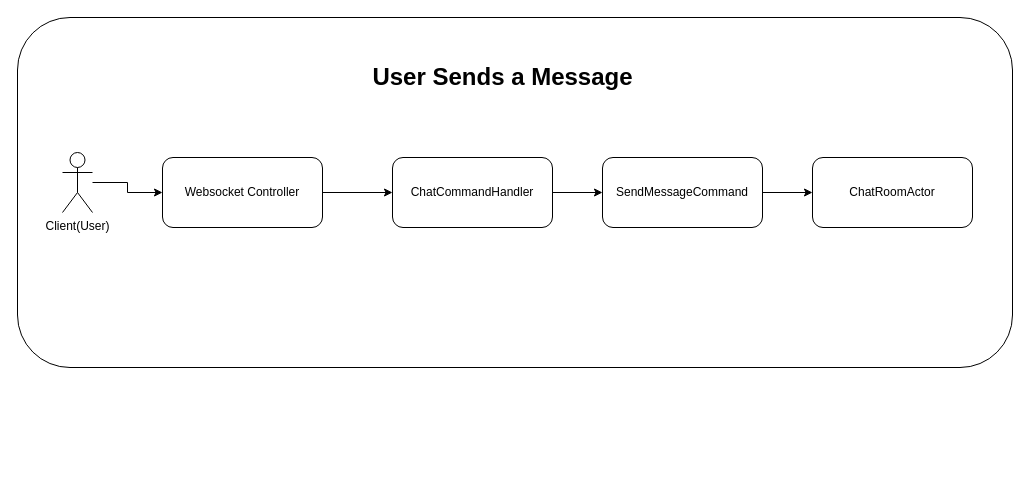
Before: api/Event Flow.drawio in ReidoBoss/Scala-React-Chat-App, a draw.io diagram. Source tidied: cells renumbered, new cells numbered last; positions are measured from the earlier drawing's top-left corner, leaving out a move shared by most shapes. Both pictures are drawn from the tidied source at 100%, with x=0, y=0 at pixel (17, 17).
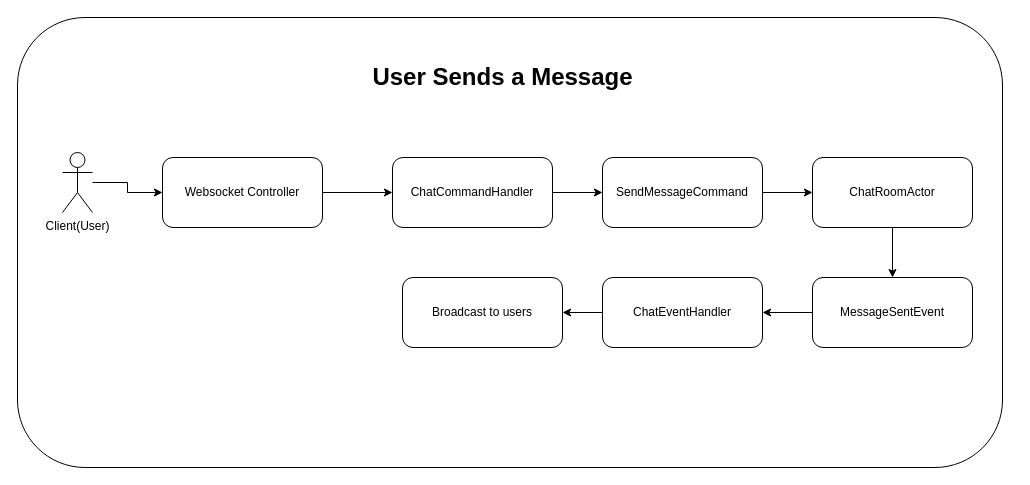
Above is the later version.

The edit, as a diff of the source:
```diff
@@
 <mxGraphModel>
   <root>
     <mxCell id="0" />
     <mxCell id="1" parent="0" />
     <mxCell id="2" style="rounded=1;whiteSpace=wrap;html=1;" parent="1" vertex="1">
-      <mxGeometry width="995" height="350" as="geometry" />
+      <mxGeometry width="985" height="450" as="geometry" />
     </mxCell>
     <mxCell id="3" style="edgeStyle=orthogonalEdgeStyle;rounded=0;jettySize=auto;html=1;" parent="1" edge="1" source="4" target="6">
       <mxGeometry relative="1" as="geometry" />
     </mxCell>
     <mxCell id="4" value="Client(User)" style="shape=umlActor;verticalLabelPosition=bottom;verticalAlign=top;html=1;outlineConnect=0;" parent="1" vertex="1">
       <mxGeometry x="45" y="135" width="30" height="60" as="geometry" />
     </mxCell>
     <mxCell id="5" style="edgeStyle=orthogonalEdgeStyle;rounded=0;jettySize=auto;html=1;entryX=0;entryY=0.5;entryDx=0;entryDy=0;" parent="1" edge="1" source="6" target="8">
       <mxGeometry relative="1" as="geometry" />
     </mxCell>
     <mxCell id="6" value="Websocket Controller" style="rounded=1;whiteSpace=wrap;html=1;" parent="1" vertex="1">
       <mxGeometry x="145" y="140" width="160" height="70" as="geometry" />
     </mxCell>
     <mxCell id="7" style="edgeStyle=orthogonalEdgeStyle;rounded=0;jettySize=auto;html=1;entryX=0;entryY=0.5;entryDx=0;entryDy=0;" parent="1" edge="1" source="8" target="10">
       <mxGeometry relative="1" as="geometry" />
     </mxCell>
     <mxCell id="8" value="ChatCommandHandler" style="rounded=1;whiteSpace=wrap;html=1;" parent="1" vertex="1">
       <mxGeometry x="375" y="140" width="160" height="70" as="geometry" />
     </mxCell>
     <mxCell id="9" style="edgeStyle=orthogonalEdgeStyle;rounded=0;jettySize=auto;html=1;entryX=0;entryY=0.5;entryDx=0;entryDy=0;" parent="1" edge="1" source="10" target="11">
       <mxGeometry relative="1" as="geometry" />
     </mxCell>
     <mxCell id="10" value="SendMessageCommand" style="rounded=1;whiteSpace=wrap;html=1;" parent="1" vertex="1">
       <mxGeometry x="585" y="140" width="160" height="70" as="geometry" />
     </mxCell>
+    <mxCell id="13" style="edgeStyle=orthogonalEdgeStyle;rounded=0;jettySize=auto;html=1;entryX=0.5;entryY=0;entryDx=0;entryDy=0;" parent="1" edge="1" source="11" target="15">
+      <mxGeometry relative="1" as="geometry" />
+    </mxCell>
     <mxCell id="11" value="ChatRoomActor" style="rounded=1;whiteSpace=wrap;html=1;" parent="1" vertex="1">
       <mxGeometry x="795" y="140" width="160" height="70" as="geometry" />
     </mxCell>
     <mxCell id="12" value="User Sends a Message" style="text;strokeColor=none;fillColor=none;html=1;fontSize=24;fontStyle=1;verticalAlign=middle;align=center;" parent="1" vertex="1">
       <mxGeometry x="435" y="40" width="100" height="40" as="geometry" />
     </mxCell>
+    <mxCell id="14" style="edgeStyle=orthogonalEdgeStyle;rounded=0;jettySize=auto;html=1;" parent="1" edge="1" source="15" target="17">
+      <mxGeometry relative="1" as="geometry" />
+    </mxCell>
+    <mxCell id="15" value="MessageSentEvent" style="rounded=1;whiteSpace=wrap;html=1;" parent="1" vertex="1">
+      <mxGeometry x="795" y="260" width="160" height="70" as="geometry" />
+    </mxCell>
+    <mxCell id="16" style="edgeStyle=orthogonalEdgeStyle;rounded=0;jettySize=auto;html=1;entryX=1;entryY=0.5;entryDx=0;entryDy=0;" parent="1" edge="1" source="17" target="18">
+      <mxGeometry relative="1" as="geometry" />
+    </mxCell>
+    <mxCell id="17" value="ChatEventHandler" style="rounded=1;whiteSpace=wrap;html=1;" parent="1" vertex="1">
+      <mxGeometry x="585" y="260" width="160" height="70" as="geometry" />
+    </mxCell>
+    <mxCell id="18" value="Broadcast to users" style="rounded=1;whiteSpace=wrap;html=1;" parent="1" vertex="1">
+      <mxGeometry x="385" y="260" width="160" height="70" as="geometry" />
+    </mxCell>
   </root>
 </mxGraphModel>
```
